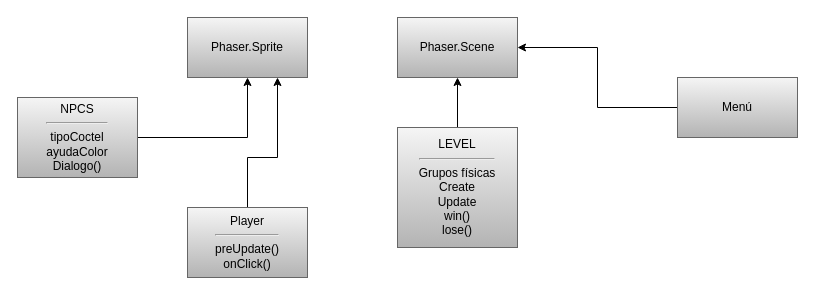
Above: Diagrama de juego.drawio in Marc0sPM/Cocktails-and-You (draw.io), before the change. Source tidied: cells renumbered, new cells numbered last; positions are measured from the earlier drawing's top-left corner, leaving out a move shared by most shapes. Both pictures are drawn from the tidied source at 100%, with x=0, y=0 at pixel (17, 17).
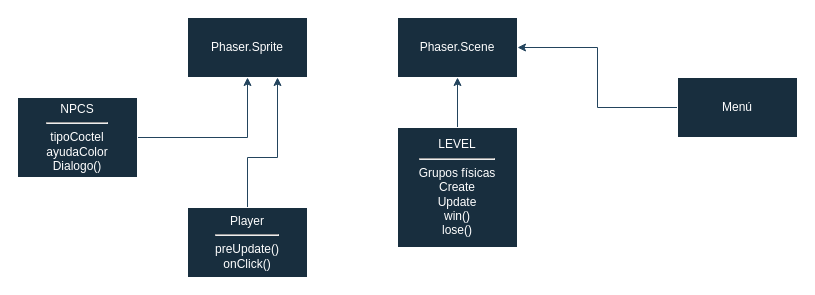
The same page after the edit.

Commit message:
nuevo color

What changed in the source:
```diff
@@
 <mxGraphModel>
   <root>
     <mxCell id="0" />
     <mxCell id="1" parent="0" />
-    <mxCell id="2" style="edgeStyle=orthogonalEdgeStyle;rounded=0;jettySize=auto;html=1;" parent="1" edge="1" source="3" target="4">
+    <mxCell id="2" style="edgeStyle=orthogonalEdgeStyle;rounded=0;jettySize=auto;html=1;labelBackgroundColor=none;strokeColor=#23445D;fontColor=default;" parent="1" edge="1" source="3" target="4">
       <mxGeometry relative="1" as="geometry" />
     </mxCell>
-    <mxCell id="3" value="LEVEL&lt;hr&gt;Grupos físicas&lt;br&gt;Create&lt;br&gt;Update&lt;br&gt;win()&lt;br&gt;lose()" style="rounded=0;whiteSpace=wrap;html=1;fillColor=#f5f5f5;gradientColor=#b3b3b3;strokeColor=#666666;" parent="1" vertex="1">
+    <mxCell id="3" value="LEVEL&lt;hr&gt;Grupos físicas&lt;br&gt;Create&lt;br&gt;Update&lt;br&gt;win()&lt;br&gt;lose()" style="rounded=0;whiteSpace=wrap;html=1;fillColor=#182E3E;strokeColor=#FFFFFF;labelBackgroundColor=none;fontColor=#FFFFFF;" parent="1" vertex="1">
       <mxGeometry x="380" y="110" width="120" height="120" as="geometry" />
     </mxCell>
-    <mxCell id="4" value="Phaser.Scene" style="rounded=0;whiteSpace=wrap;html=1;fillColor=#f5f5f5;gradientColor=#b3b3b3;strokeColor=#666666;" parent="1" vertex="1">
+    <mxCell id="4" value="Phaser.Scene" style="rounded=0;whiteSpace=wrap;html=1;fillColor=#182E3E;strokeColor=#FFFFFF;labelBackgroundColor=none;fontColor=#FFFFFF;" parent="1" vertex="1">
       <mxGeometry x="380" width="120" height="60" as="geometry" />
     </mxCell>
-    <mxCell id="5" style="edgeStyle=orthogonalEdgeStyle;rounded=0;jettySize=auto;html=1;" parent="1" edge="1" source="6" target="4">
+    <mxCell id="5" style="edgeStyle=orthogonalEdgeStyle;rounded=0;jettySize=auto;html=1;labelBackgroundColor=none;strokeColor=#23445D;fontColor=default;" parent="1" edge="1" source="6" target="4">
       <mxGeometry relative="1" as="geometry" />
     </mxCell>
-    <mxCell id="6" value="Menú" style="rounded=0;whiteSpace=wrap;html=1;fillColor=#f5f5f5;gradientColor=#b3b3b3;strokeColor=#666666;" parent="1" vertex="1">
+    <mxCell id="6" value="Menú" style="rounded=0;whiteSpace=wrap;html=1;fillColor=#182E3E;strokeColor=#FFFFFF;labelBackgroundColor=none;fontColor=#FFFFFF;" parent="1" vertex="1">
       <mxGeometry x="660" y="60" width="120" height="60" as="geometry" />
     </mxCell>
-    <mxCell id="7" style="edgeStyle=orthogonalEdgeStyle;rounded=0;jettySize=auto;html=1;" parent="1" edge="1" source="8" target="9">
+    <mxCell id="7" style="edgeStyle=orthogonalEdgeStyle;rounded=0;jettySize=auto;html=1;labelBackgroundColor=none;strokeColor=#23445D;fontColor=default;" parent="1" edge="1" source="8" target="9">
       <mxGeometry relative="1" as="geometry" />
     </mxCell>
-    <mxCell id="8" value="NPCS&lt;hr&gt;tipoCoctel&lt;br&gt;ayudaColor&lt;br&gt;Dialogo()" style="rounded=0;whiteSpace=wrap;html=1;fillColor=#f5f5f5;gradientColor=#b3b3b3;strokeColor=#666666;" parent="1" vertex="1">
+    <mxCell id="8" value="NPCS&lt;hr&gt;tipoCoctel&lt;br&gt;ayudaColor&lt;br&gt;Dialogo()" style="rounded=0;whiteSpace=wrap;html=1;fillColor=#182E3E;strokeColor=#FFFFFF;labelBackgroundColor=none;fontColor=#FFFFFF;" parent="1" vertex="1">
       <mxGeometry y="80" width="120" height="80" as="geometry" />
     </mxCell>
-    <mxCell id="9" value="Phaser.Sprite" style="rounded=0;whiteSpace=wrap;html=1;fillColor=#f5f5f5;gradientColor=#b3b3b3;strokeColor=#666666;" parent="1" vertex="1">
+    <mxCell id="9" value="Phaser.Sprite" style="rounded=0;whiteSpace=wrap;html=1;fillColor=#182E3E;strokeColor=#FFFFFF;labelBackgroundColor=none;fontColor=#FFFFFF;" parent="1" vertex="1">
       <mxGeometry x="170" width="120" height="60" as="geometry" />
     </mxCell>
-    <mxCell id="10" style="edgeStyle=orthogonalEdgeStyle;rounded=0;jettySize=auto;html=1;entryX=0.75;entryY=1;entryDx=0;entryDy=0;" parent="1" edge="1" source="11" target="9">
+    <mxCell id="10" style="edgeStyle=orthogonalEdgeStyle;rounded=0;jettySize=auto;html=1;entryX=0.75;entryY=1;entryDx=0;entryDy=0;labelBackgroundColor=none;strokeColor=#23445D;fontColor=default;" parent="1" edge="1" source="11" target="9">
       <mxGeometry relative="1" as="geometry">
         <Array as="points">
           <mxPoint x="230" y="140" />
           <mxPoint x="260" y="140" />
         </Array>
       </mxGeometry>
     </mxCell>
-    <mxCell id="11" value="Player&lt;hr&gt;preUpdate()&lt;br&gt;onClick()" style="rounded=0;whiteSpace=wrap;html=1;fillColor=#f5f5f5;gradientColor=#b3b3b3;strokeColor=#666666;" parent="1" vertex="1">
+    <mxCell id="11" value="Player&lt;hr&gt;preUpdate()&lt;br&gt;onClick()" style="rounded=0;whiteSpace=wrap;html=1;fillColor=#182E3E;strokeColor=#FFFFFF;labelBackgroundColor=none;fontColor=#FFFFFF;" parent="1" vertex="1">
       <mxGeometry x="170" y="190" width="120" height="70" as="geometry" />
     </mxCell>
   </root>
 </mxGraphModel>
```
